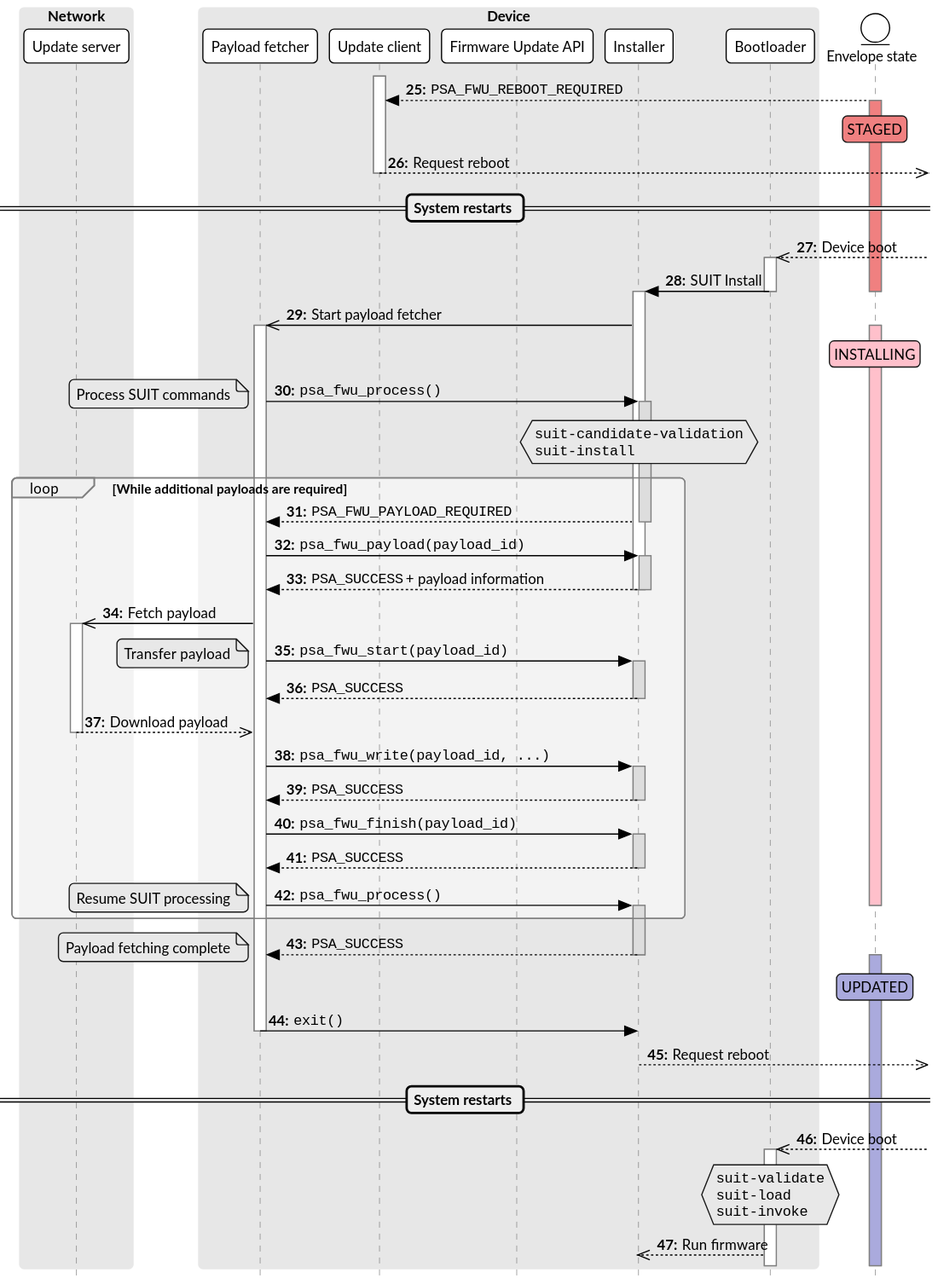
Above: design/rfc-01-fwu-suit/installer-sequence.svg in ARM-software/psa-api (PlantUML), before the change. Its source is kept beside it as design/rfc-01-fwu-suit/installer-sequence.puml.
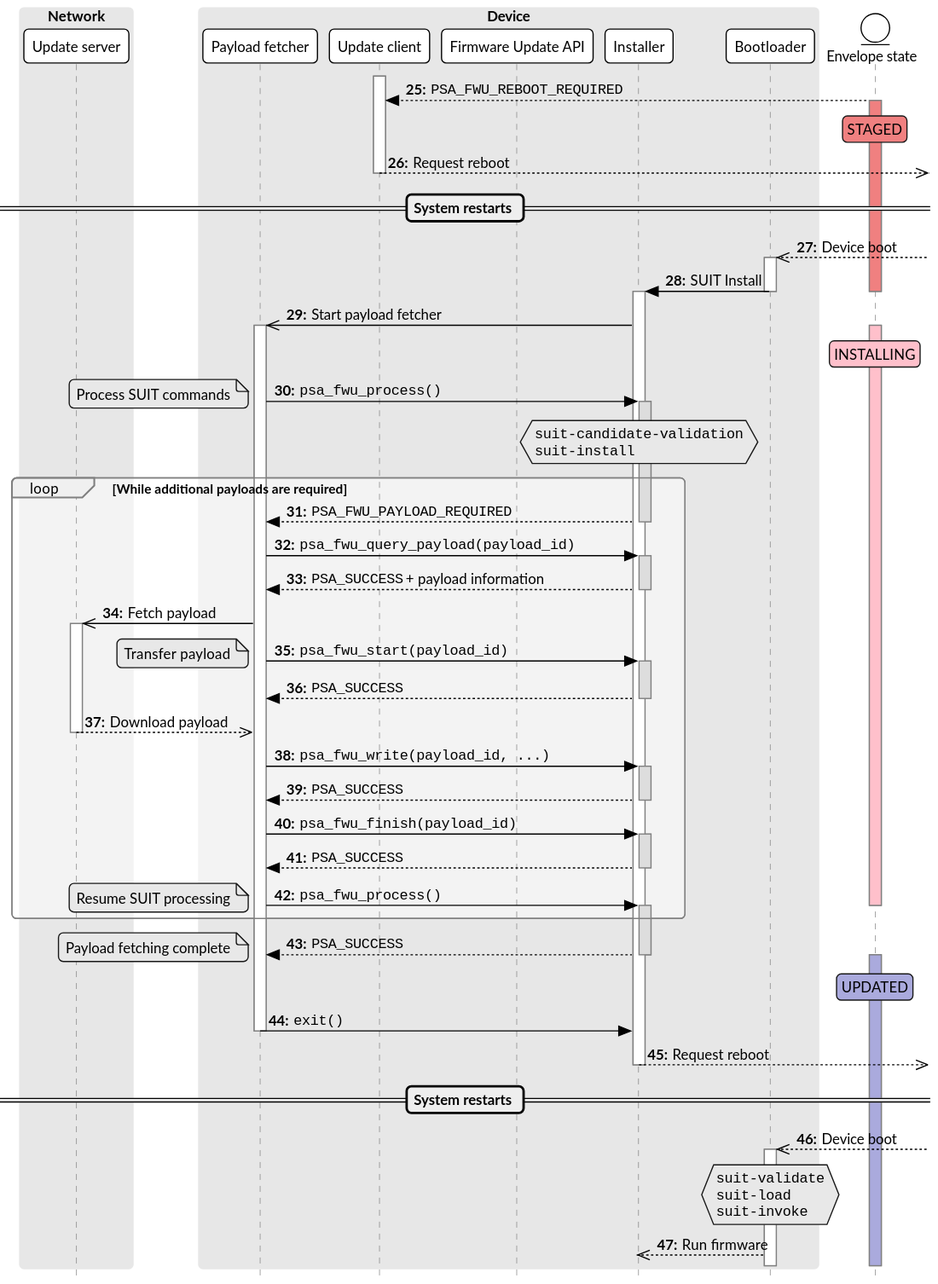
The same diagram one commit later.

The edit, as a diff of the source:
```diff
@@ -45,7 +45,7 @@
 loop While additional payloads are required
     return ""PSA_FWU_PAYLOAD_REQUIRED""
 
-    fetcher -> installer: ""psa_fwu_payload(payload_id)""
+    fetcher -> installer: ""psa_fwu_query_payload(payload_id)""
     activate installer #ddd
     return ""PSA_SUCCESS"" + payload information
 
```
